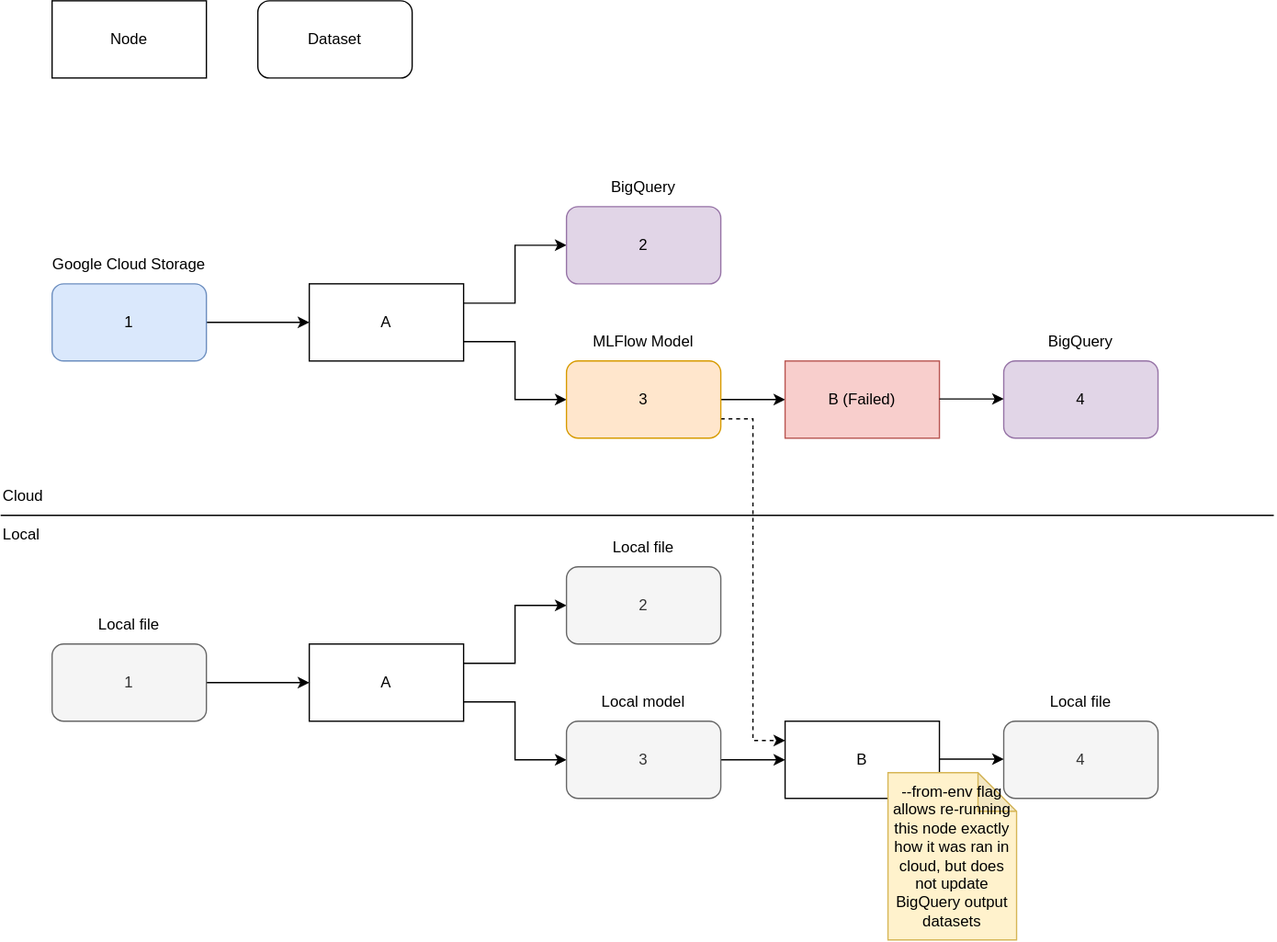
The draw.io diagram docs/src/assets/img/from-env-run.drawio.svg in everycure-org/matrix, before a commit. Source tidied: cells renumbered, new cells last; positions are measured from the earlier drawing's top-left corner, leaving out a move shared by most shapes.
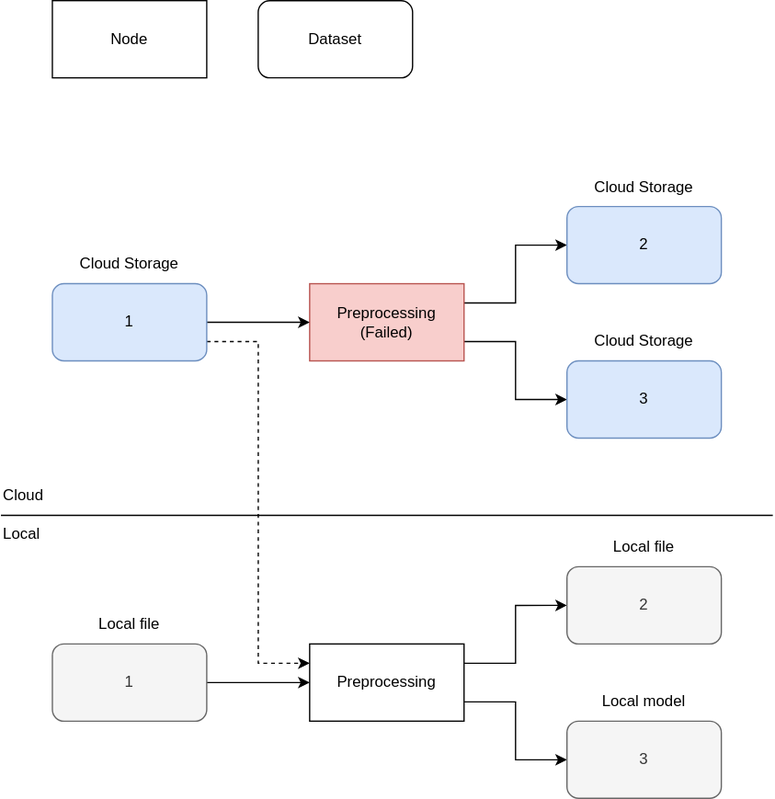
After the change.

Commit message:
add correct img

The edit, as a diff of the source:
```diff
@@ -20,36 +20,31 @@
     <mxCell id="7" style="edgeStyle=orthogonalEdgeStyle;rounded=0;jettySize=auto;html=1;exitX=1;exitY=0.75;exitDx=0;exitDy=0;entryX=0;entryY=0.5;entryDx=0;entryDy=0;" parent="1" edge="1" source="8" target="14">
       <mxGeometry relative="1" as="geometry" />
     </mxCell>
-    <mxCell id="8" value="A" style="rounded=0;whiteSpace=wrap;html=1;" parent="1" vertex="1">
+    <mxCell id="8" value="Preprocessing (Failed)" style="rounded=0;whiteSpace=wrap;html=1;fillColor=#f8cecc;strokeColor=#b85450;" parent="1" vertex="1">
       <mxGeometry x="240" y="220" width="120" height="60" as="geometry" />
     </mxCell>
     <mxCell id="9" style="edgeStyle=orthogonalEdgeStyle;rounded=0;jettySize=auto;html=1;exitX=1;exitY=0.5;exitDx=0;exitDy=0;" parent="1" edge="1" source="10" target="8">
       <mxGeometry relative="1" as="geometry" />
     </mxCell>
+    <mxCell id="39" style="edgeStyle=orthogonalEdgeStyle;rounded=0;jettySize=auto;html=1;exitX=1;exitY=0.75;exitDx=0;exitDy=0;entryX=0;entryY=0.25;entryDx=0;entryDy=0;dashed=1;" parent="1" edge="1" source="10" target="20">
+      <mxGeometry relative="1" as="geometry" />
+    </mxCell>
     <mxCell id="10" value="1" style="rounded=1;whiteSpace=wrap;html=1;fillColor=#dae8fc;strokeColor=#6c8ebf;" parent="1" vertex="1">
       <mxGeometry x="40" y="220" width="120" height="60" as="geometry" />
     </mxCell>
-    <mxCell id="11" value="2" style="rounded=1;whiteSpace=wrap;html=1;fillColor=#e1d5e7;strokeColor=#9673a6;" parent="1" vertex="1">
+    <mxCell id="11" value="2" style="rounded=1;whiteSpace=wrap;html=1;fillColor=#dae8fc;strokeColor=#6c8ebf;" parent="1" vertex="1">
       <mxGeometry x="440" y="160" width="120" height="60" as="geometry" />
     </mxCell>
-    <mxCell id="12" style="edgeStyle=orthogonalEdgeStyle;rounded=0;jettySize=auto;html=1;exitX=1;exitY=0.5;exitDx=0;exitDy=0;" parent="1" edge="1" source="14">
-      <mxGeometry relative="1" as="geometry">
-        <mxPoint x="610" y="310" as="targetPoint" />
-      </mxGeometry>
-    </mxCell>
-    <mxCell id="13" style="edgeStyle=orthogonalEdgeStyle;rounded=0;jettySize=auto;html=1;exitX=1;exitY=0.75;exitDx=0;exitDy=0;entryX=0;entryY=0.25;entryDx=0;entryDy=0;dashed=1;" parent="1" edge="1" source="14" target="36">
-      <mxGeometry relative="1" as="geometry" />
-    </mxCell>
-    <mxCell id="14" value="3" style="rounded=1;whiteSpace=wrap;html=1;fillColor=#ffe6cc;strokeColor=#d79b00;" parent="1" vertex="1">
+    <mxCell id="14" value="3" style="rounded=1;whiteSpace=wrap;html=1;fillColor=#dae8fc;strokeColor=#6c8ebf;" parent="1" vertex="1">
       <mxGeometry x="440" y="280" width="120" height="60" as="geometry" />
     </mxCell>
-    <mxCell id="15" value="Google Cloud Storage" style="text;html=1;align=center;verticalAlign=middle;whiteSpace=wrap;rounded=0;" parent="1" vertex="1">
+    <mxCell id="15" value="Cloud Storage" style="text;html=1;align=center;verticalAlign=middle;whiteSpace=wrap;rounded=0;" parent="1" vertex="1">
       <mxGeometry x="30" y="190" width="140" height="30" as="geometry" />
     </mxCell>
-    <mxCell id="16" value="BigQuery" style="text;html=1;align=center;verticalAlign=middle;whiteSpace=wrap;rounded=0;" parent="1" vertex="1">
+    <mxCell id="16" value="Cloud Storage" style="text;html=1;align=center;verticalAlign=middle;whiteSpace=wrap;rounded=0;" parent="1" vertex="1">
       <mxGeometry x="430" y="130" width="140" height="30" as="geometry" />
     </mxCell>
-    <mxCell id="17" value="MLFlow Model" style="text;html=1;align=center;verticalAlign=middle;whiteSpace=wrap;rounded=0;" parent="1" vertex="1">
+    <mxCell id="17" value="Cloud Storage" style="text;html=1;align=center;verticalAlign=middle;whiteSpace=wrap;rounded=0;" parent="1" vertex="1">
       <mxGeometry x="430" y="250" width="140" height="30" as="geometry" />
     </mxCell>
     <mxCell id="18" style="edgeStyle=orthogonalEdgeStyle;rounded=0;jettySize=auto;html=1;entryX=0;entryY=0.5;entryDx=0;entryDy=0;exitX=1;exitY=0.25;exitDx=0;exitDy=0;" parent="1" edge="1" source="20" target="23">
@@ -58,7 +53,7 @@
     <mxCell id="19" style="edgeStyle=orthogonalEdgeStyle;rounded=0;jettySize=auto;html=1;exitX=1;exitY=0.75;exitDx=0;exitDy=0;entryX=0;entryY=0.5;entryDx=0;entryDy=0;" parent="1" edge="1" source="20" target="25">
       <mxGeometry relative="1" as="geometry" />
     </mxCell>
-    <mxCell id="20" value="A" style="rounded=0;whiteSpace=wrap;html=1;" parent="1" vertex="1">
+    <mxCell id="20" value="Preprocessing" style="rounded=0;whiteSpace=wrap;html=1;" parent="1" vertex="1">
       <mxGeometry x="240" y="500" width="120" height="60" as="geometry" />
     </mxCell>
     <mxCell id="21" style="edgeStyle=orthogonalEdgeStyle;rounded=0;jettySize=auto;html=1;exitX=1;exitY=0.5;exitDx=0;exitDy=0;" parent="1" edge="1" source="22" target="20">
@@ -70,11 +65,6 @@
     <mxCell id="23" value="2" style="rounded=1;whiteSpace=wrap;html=1;fillColor=#f5f5f5;fontColor=#333333;strokeColor=#666666;" parent="1" vertex="1">
       <mxGeometry x="440" y="440" width="120" height="60" as="geometry" />
     </mxCell>
-    <mxCell id="24" style="edgeStyle=orthogonalEdgeStyle;rounded=0;jettySize=auto;html=1;exitX=1;exitY=0.5;exitDx=0;exitDy=0;" parent="1" edge="1" source="25">
-      <mxGeometry relative="1" as="geometry">
-        <mxPoint x="610" y="590" as="targetPoint" />
-      </mxGeometry>
-    </mxCell>
     <mxCell id="25" value="3" style="rounded=1;whiteSpace=wrap;html=1;fillColor=#f5f5f5;fontColor=#333333;strokeColor=#666666;" parent="1" vertex="1">
       <mxGeometry x="440" y="560" width="120" height="60" as="geometry" />
     </mxCell>
@@ -87,43 +77,10 @@
     <mxCell id="28" value="Local file" style="text;html=1;align=center;verticalAlign=middle;whiteSpace=wrap;rounded=0;" parent="1" vertex="1">
       <mxGeometry x="430" y="410" width="140" height="30" as="geometry" />
     </mxCell>
-    <mxCell id="29" value="B (Failed)" style="rounded=0;whiteSpace=wrap;html=1;fillColor=#f8cecc;strokeColor=#b85450;" parent="1" vertex="1">
-      <mxGeometry x="610" y="280" width="120" height="60" as="geometry" />
-    </mxCell>
-    <mxCell id="30" value="4" style="rounded=1;whiteSpace=wrap;html=1;fillColor=#e1d5e7;strokeColor=#9673a6;" parent="1" vertex="1">
-      <mxGeometry x="780" y="280" width="120" height="60" as="geometry" />
-    </mxCell>
-    <mxCell id="31" value="BigQuery" style="text;html=1;align=center;verticalAlign=middle;whiteSpace=wrap;rounded=0;" parent="1" vertex="1">
-      <mxGeometry x="770" y="250" width="140" height="30" as="geometry" />
-    </mxCell>
-    <mxCell id="32" style="edgeStyle=orthogonalEdgeStyle;rounded=0;orthogonalLoop=1;jettySize=auto;html=1;exitX=1;exitY=0.5;exitDx=0;exitDy=0;" parent="1" edge="1">
-      <mxGeometry relative="1" as="geometry">
-        <mxPoint x="730" y="309.5" as="sourcePoint" />
-        <mxPoint x="780" y="309.5" as="targetPoint" />
-      </mxGeometry>
-    </mxCell>
-    <mxCell id="33" value="4" style="rounded=1;whiteSpace=wrap;html=1;fillColor=#f5f5f5;fontColor=#333333;strokeColor=#666666;" parent="1" vertex="1">
-      <mxGeometry x="780" y="560" width="120" height="60" as="geometry" />
-    </mxCell>
-    <mxCell id="34" value="Local file" style="text;html=1;align=center;verticalAlign=middle;whiteSpace=wrap;rounded=0;" parent="1" vertex="1">
-      <mxGeometry x="770" y="530" width="140" height="30" as="geometry" />
-    </mxCell>
-    <mxCell id="35" style="edgeStyle=orthogonalEdgeStyle;rounded=0;orthogonalLoop=1;jettySize=auto;html=1;exitX=1;exitY=0.5;exitDx=0;exitDy=0;" parent="1" edge="1">
-      <mxGeometry relative="1" as="geometry">
-        <mxPoint x="730" y="589.5" as="sourcePoint" />
-        <mxPoint x="780" y="589.5" as="targetPoint" />
-      </mxGeometry>
-    </mxCell>
-    <mxCell id="36" value="B" style="rounded=0;whiteSpace=wrap;html=1;" parent="1" vertex="1">
-      <mxGeometry x="610" y="560" width="120" height="60" as="geometry" />
-    </mxCell>
-    <mxCell id="37" value="--from-env flag allows re-running this node exactly how it was ran in cloud, but does not update BigQuery output datasets" style="shape=note;whiteSpace=wrap;html=1;backgroundOutline=1;darkOpacity=0.05;fillColor=#fff2cc;strokeColor=#d6b656;" parent="1" vertex="1">
-      <mxGeometry x="690" y="600" width="100" height="130" as="geometry" />
-    </mxCell>
     <mxCell id="38" style="endArrow=none;html=1;rounded=0;" parent="1" edge="1">
       <mxGeometry relative="1" as="geometry">
         <mxPoint y="400" as="sourcePoint" />
-        <mxPoint x="990" y="400" as="targetPoint" />
+        <mxPoint x="600" y="400" as="targetPoint" />
       </mxGeometry>
     </mxCell>
   </root>
```
